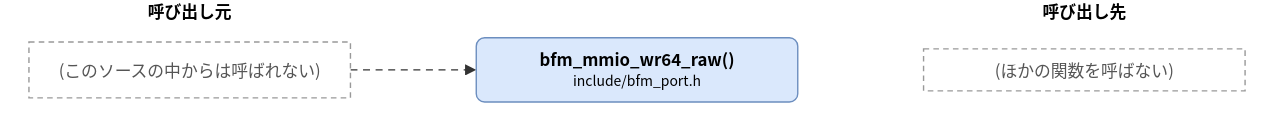
Earlier version of the draw.io export doc/spec/images/call_include_bfm_port-bfm_mmio_wr64_raw.drawio.svg (hf355051012-ai/bfmem). Source tidied: cells renumbered, new cells last; positions are measured from the earlier drawing's top-left corner, leaving out a move shared by most shapes. The source it was exported from:
```xml
<mxGraphModel>
  <root>
    <mxCell id="0" />
    <mxCell id="1" parent="0" />
    <mxCell id="2" value="bfm_mmio_wr64_raw()&lt;br&gt;&lt;font style=&quot;font-size:10px&quot;&gt;include/bfm_port.h&lt;/font&gt;" style="rounded=1;whiteSpace=wrap;html=1;fillColor=#dae8fc;strokeColor=#6c8ebf;fontStyle=1;" parent="1" vertex="1">
      <mxGeometry x="320" y="27" width="230" height="46" as="geometry" />
    </mxCell>
    <mxCell id="3" value="(このソースの中からは呼ばれない)" style="rounded=0;whiteSpace=wrap;html=1;dashed=1;strokeColor=#999999;fontColor=#555555;dashed=1;" parent="1" vertex="1">
      <mxGeometry y="30" width="230" height="40" as="geometry" />
    </mxCell>
    <mxCell id="4" value="(ほかの関数を呼ばない)" style="rounded=0;whiteSpace=wrap;html=1;dashed=1;strokeColor=#999999;fontColor=#555555;dashed=1;" parent="1" vertex="1">
      <mxGeometry x="640" y="35" width="230" height="30" as="geometry" />
    </mxCell>
    <mxCell id="5" style="edgeStyle=none;html=1;rounded=0;endArrow=block;endFill=1;exitX=1.0000;exitY=0.5000;exitDx=0;exitDy=0;exitPerimeter=0;entryX=0.0000;entryY=0.5000;entryDx=0;entryDy=0;entryPerimeter=0;dashed=1;" parent="1" edge="1" source="3" target="2">
      <mxGeometry relative="1" as="geometry" />
    </mxCell>
    <mxCell id="6" value="呼び出し元" style="text;html=1;align=center;fontStyle=1;" parent="1" vertex="1">
      <mxGeometry x="35" width="160" height="18" as="geometry" />
    </mxCell>
    <mxCell id="7" value="呼び出し先" style="text;html=1;align=center;fontStyle=1;" parent="1" vertex="1">
      <mxGeometry x="675" width="160" height="18" as="geometry" />
    </mxCell>
  </root>
</mxGraphModel>
```
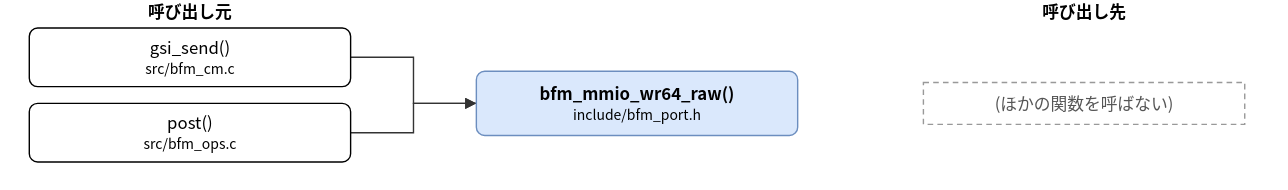
The same file after the commit.

Diff of the diagram source:
```diff
@@ -3,17 +3,33 @@
     <mxCell id="0" />
     <mxCell id="1" parent="0" />
     <mxCell id="2" value="bfm_mmio_wr64_raw()&lt;br&gt;&lt;font style=&quot;font-size:10px&quot;&gt;include/bfm_port.h&lt;/font&gt;" style="rounded=1;whiteSpace=wrap;html=1;fillColor=#dae8fc;strokeColor=#6c8ebf;fontStyle=1;" parent="1" vertex="1">
-      <mxGeometry x="320" y="27" width="230" height="46" as="geometry" />
+      <mxGeometry x="320" y="51" width="230" height="46" as="geometry" />
     </mxCell>
-    <mxCell id="3" value="(このソースの中からは呼ばれない)" style="rounded=0;whiteSpace=wrap;html=1;dashed=1;strokeColor=#999999;fontColor=#555555;dashed=1;" parent="1" vertex="1">
-      <mxGeometry y="30" width="230" height="40" as="geometry" />
+    <mxCell id="3" value="gsi_send()&lt;br&gt;&lt;font style=&quot;font-size:10px&quot;&gt;src/bfm_cm.c&lt;/font&gt;" style="rounded=1;whiteSpace=wrap;html=1;" parent="1" vertex="1">
+      <mxGeometry y="20" width="230" height="42" as="geometry" />
     </mxCell>
+    <mxCell id="8" value="post()&lt;br&gt;&lt;font style=&quot;font-size:10px&quot;&gt;src/bfm_ops.c&lt;/font&gt;" style="rounded=1;whiteSpace=wrap;html=1;" parent="1" vertex="1">
+      <mxGeometry y="74" width="230" height="42" as="geometry" />
+    </mxCell>
     <mxCell id="4" value="(ほかの関数を呼ばない)" style="rounded=0;whiteSpace=wrap;html=1;dashed=1;strokeColor=#999999;fontColor=#555555;dashed=1;" parent="1" vertex="1">
-      <mxGeometry x="640" y="35" width="230" height="30" as="geometry" />
+      <mxGeometry x="640" y="59" width="230" height="30" as="geometry" />
     </mxCell>
-    <mxCell id="5" style="edgeStyle=none;html=1;rounded=0;endArrow=block;endFill=1;exitX=1.0000;exitY=0.5000;exitDx=0;exitDy=0;exitPerimeter=0;entryX=0.0000;entryY=0.5000;entryDx=0;entryDy=0;entryPerimeter=0;dashed=1;" parent="1" edge="1" source="3" target="2">
-      <mxGeometry relative="1" as="geometry" />
+    <mxCell id="5" style="edgeStyle=none;html=1;rounded=0;endArrow=block;endFill=1;exitX=1.0000;exitY=0.5000;exitDx=0;exitDy=0;exitPerimeter=0;entryX=0.0000;entryY=0.5000;entryDx=0;entryDy=0;entryPerimeter=0;" parent="1" edge="1" source="3" target="2">
+      <mxGeometry relative="1" as="geometry">
+        <Array as="points">
+          <mxPoint x="275" y="41" />
+          <mxPoint x="275" y="74" />
+        </Array>
+      </mxGeometry>
     </mxCell>
+    <mxCell id="9" style="edgeStyle=none;html=1;rounded=0;endArrow=block;endFill=1;exitX=1.0000;exitY=0.5000;exitDx=0;exitDy=0;exitPerimeter=0;entryX=0.0000;entryY=0.5000;entryDx=0;entryDy=0;entryPerimeter=0;" parent="1" edge="1" source="8" target="2">
+      <mxGeometry relative="1" as="geometry">
+        <Array as="points">
+          <mxPoint x="275" y="95" />
+          <mxPoint x="275" y="74" />
+        </Array>
+      </mxGeometry>
+    </mxCell>
     <mxCell id="6" value="呼び出し元" style="text;html=1;align=center;fontStyle=1;" parent="1" vertex="1">
       <mxGeometry x="35" width="160" height="18" as="geometry" />
     </mxCell>
```
